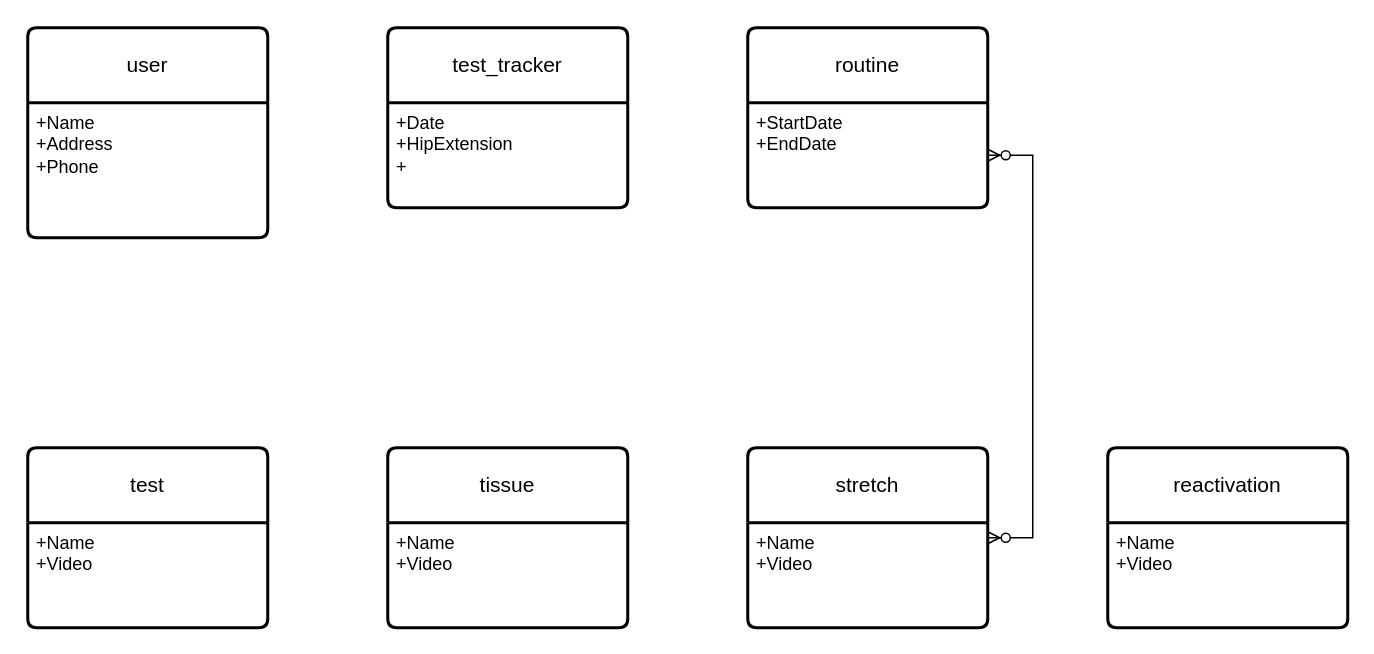
This is Untitled Diagram.drawio from akriklew/diagrams, a draw.io file, before an edit. Source tidied: cells renumbered, new cells numbered last; positions are measured from the earlier drawing's top-left corner, leaving out a move shared by most shapes. Both pictures are drawn from the tidied source at 150%, with x=0, y=0 at pixel (27, 27).
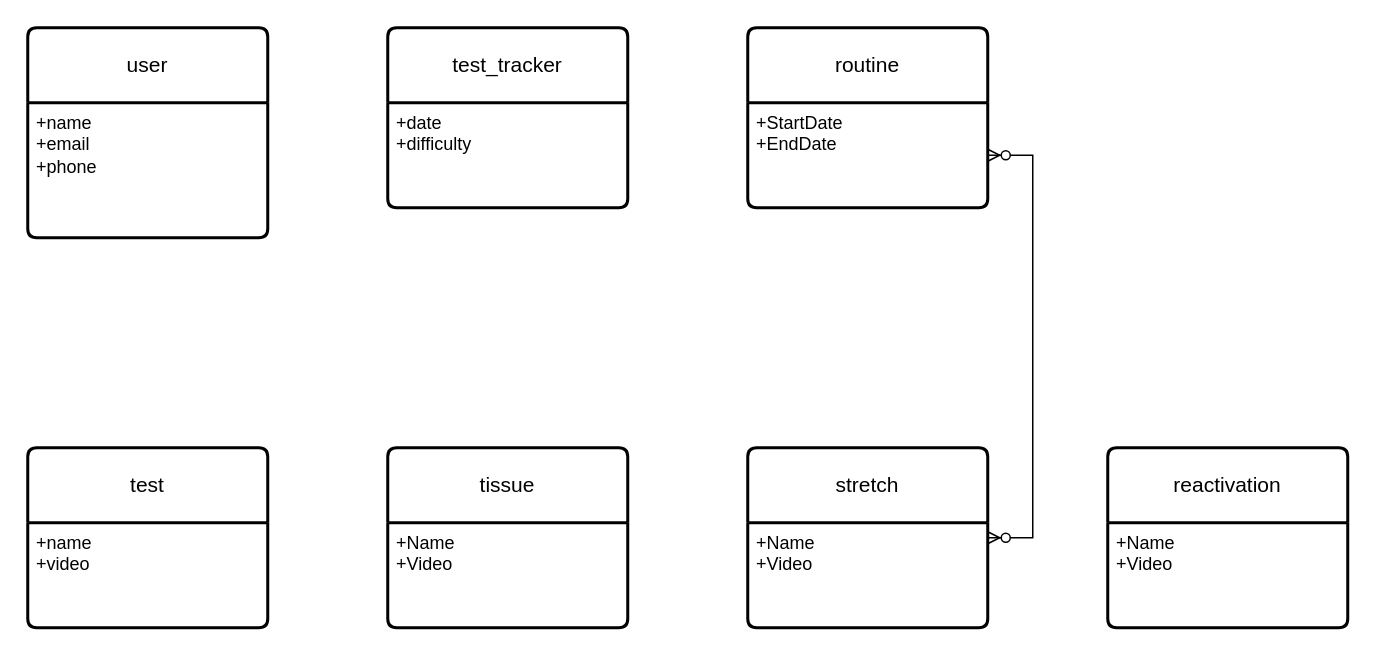
The same diagram, later.

What changed in the source:
```diff
@@
 <mxGraphModel>
   <root>
     <mxCell id="0" />
     <mxCell id="1" parent="0" />
     <mxCell id="2" value="user" style="swimlane;horizontal=1;startSize=50;rounded=1;fontSize=14;fontStyle=0;strokeWidth=2;shadow=0;dashed=0;align=center;arcSize=4;whiteSpace=wrap;html=1;" parent="1" vertex="1">
       <mxGeometry width="160" height="140" as="geometry" />
     </mxCell>
-    <mxCell id="3" value="+Name&amp;nbsp;&lt;br&gt;+Address&lt;br&gt;+Phone" style="align=left;strokeColor=none;fillColor=none;spacingLeft=4;fontSize=12;verticalAlign=top;html=1;" parent="2" vertex="1">
+    <mxCell id="3" value="+name&amp;nbsp;&lt;br&gt;+email&lt;br&gt;+phone" style="align=left;strokeColor=none;fillColor=none;spacingLeft=4;fontSize=12;verticalAlign=top;html=1;" parent="2" vertex="1">
       <mxGeometry y="50" width="160" height="90" as="geometry" />
     </mxCell>
     <mxCell id="4" value="test" style="swimlane;horizontal=1;startSize=50;rounded=1;fontSize=14;fontStyle=0;strokeWidth=2;shadow=0;dashed=0;align=center;arcSize=4;whiteSpace=wrap;html=1;" parent="1" vertex="1">
       <mxGeometry y="280" width="160" height="120" as="geometry" />
     </mxCell>
-    <mxCell id="5" value="+Name&lt;br&gt;+Video" style="align=left;strokeColor=none;fillColor=none;spacingLeft=4;fontSize=12;verticalAlign=top;html=1;" parent="4" vertex="1">
+    <mxCell id="5" value="+name&lt;br&gt;+video" style="align=left;strokeColor=none;fillColor=none;spacingLeft=4;fontSize=12;verticalAlign=top;html=1;" parent="4" vertex="1">
       <mxGeometry y="50" width="160" height="70" as="geometry" />
     </mxCell>
     <mxCell id="6" value="routine" style="swimlane;horizontal=1;startSize=50;rounded=1;fontSize=14;fontStyle=0;strokeWidth=2;shadow=0;dashed=0;align=center;arcSize=4;whiteSpace=wrap;html=1;" parent="1" vertex="1">
       <mxGeometry x="480" width="160" height="120" as="geometry" />
     </mxCell>
     <mxCell id="7" value="+StartDate&lt;br&gt;+EndDate&lt;br&gt;" style="align=left;strokeColor=none;fillColor=none;spacingLeft=4;fontSize=12;verticalAlign=top;html=1;" parent="6" vertex="1">
       <mxGeometry y="50" width="160" height="70" as="geometry" />
     </mxCell>
     <mxCell id="8" value="tissue" style="swimlane;horizontal=1;startSize=50;rounded=1;fontSize=14;fontStyle=0;strokeWidth=2;shadow=0;dashed=0;align=center;arcSize=4;whiteSpace=wrap;html=1;" parent="1" vertex="1">
       <mxGeometry x="240" y="280" width="160" height="120" as="geometry" />
     </mxCell>
     <mxCell id="9" value="+Name&lt;br&gt;+Video" style="align=left;strokeColor=none;fillColor=none;spacingLeft=4;fontSize=12;verticalAlign=top;html=1;" parent="8" vertex="1">
       <mxGeometry y="50" width="160" height="70" as="geometry" />
     </mxCell>
     <mxCell id="10" value="stretch" style="swimlane;horizontal=1;startSize=50;rounded=1;fontSize=14;fontStyle=0;strokeWidth=2;shadow=0;dashed=0;align=center;arcSize=4;whiteSpace=wrap;html=1;" parent="1" vertex="1">
       <mxGeometry x="480" y="280" width="160" height="120" as="geometry" />
     </mxCell>
     <mxCell id="11" value="+Name&lt;br&gt;+Video" style="align=left;strokeColor=none;fillColor=none;spacingLeft=4;fontSize=12;verticalAlign=top;html=1;" parent="10" vertex="1">
       <mxGeometry y="50" width="160" height="70" as="geometry" />
     </mxCell>
     <mxCell id="12" value="reactivation" style="swimlane;horizontal=1;startSize=50;rounded=1;fontSize=14;fontStyle=0;strokeWidth=2;shadow=0;dashed=0;align=center;arcSize=4;whiteSpace=wrap;html=1;" parent="1" vertex="1">
       <mxGeometry x="720" y="280" width="160" height="120" as="geometry" />
     </mxCell>
     <mxCell id="13" value="+Name&lt;br&gt;+Video" style="align=left;strokeColor=none;fillColor=none;spacingLeft=4;fontSize=12;verticalAlign=top;html=1;" parent="12" vertex="1">
       <mxGeometry y="50" width="160" height="70" as="geometry" />
     </mxCell>
     <mxCell id="14" value="test_tracker" style="swimlane;horizontal=1;startSize=50;rounded=1;fontSize=14;fontStyle=0;strokeWidth=2;shadow=0;dashed=0;align=center;arcSize=4;whiteSpace=wrap;html=1;" parent="1" vertex="1">
       <mxGeometry x="240" width="160" height="120" as="geometry" />
     </mxCell>
-    <mxCell id="15" value="+Date&lt;br&gt;+HipExtension&lt;br&gt;+" style="align=left;strokeColor=none;fillColor=none;spacingLeft=4;fontSize=12;verticalAlign=top;html=1;" parent="14" vertex="1">
+    <mxCell id="15" value="+date&lt;br&gt;+difficulty" style="align=left;strokeColor=none;fillColor=none;spacingLeft=4;fontSize=12;verticalAlign=top;html=1;" parent="14" vertex="1">
       <mxGeometry y="50" width="160" height="70" as="geometry" />
     </mxCell>
     <mxCell id="16" style="edgeStyle=entityRelationEdgeStyle;fontSize=12;html=1;endArrow=ERzeroToMany;endFill=1;startArrow=ERzeroToMany;rounded=0;" parent="1" edge="1" source="10" target="7">
       <mxGeometry relative="1" as="geometry" />
     </mxCell>
   </root>
 </mxGraphModel>
```
